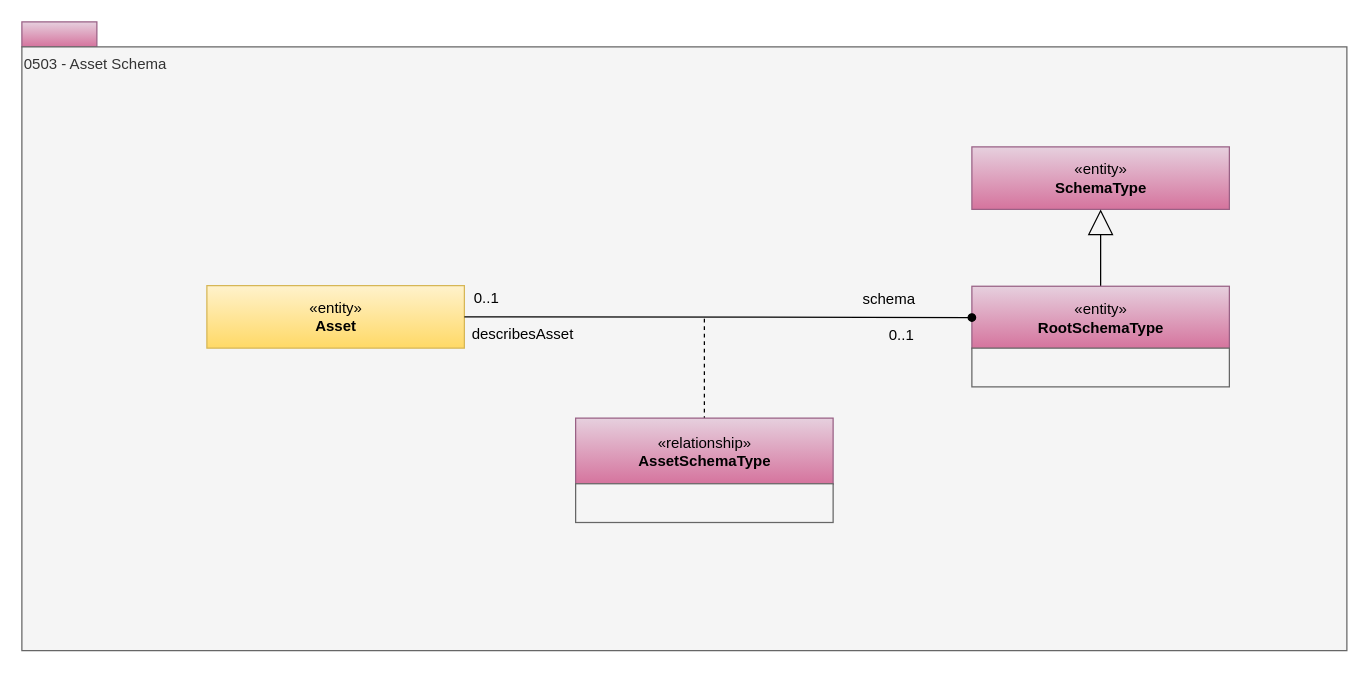
The draw.io diagram page "0503-Asset-Schema" (3 of 32) of site/docs/types/5/area-5-models-and-schema.drawio in odpi/egeria-docs, before the edit. Source tidied: cells renumbered, new cells numbered last; positions are measured from the earlier drawing's top-left corner, leaving out a move shared by most shapes. Both pictures are drawn from the tidied source at 125%, with x=0, y=0 at pixel (21, 21).
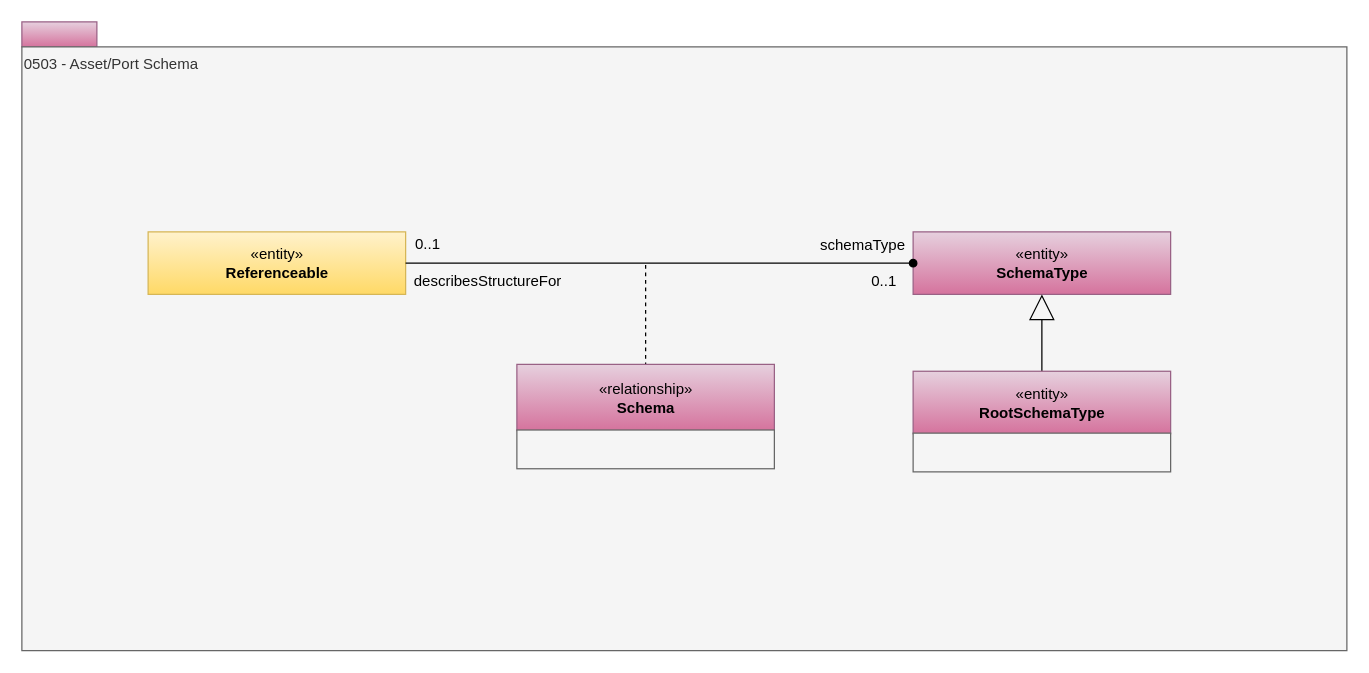
The same diagram, later.

What changed in the source:
```diff
@@
 <mxGraphModel>
   <root>
     <mxCell id="0" />
     <mxCell id="1" parent="0" />
     <mxCell id="2" style="rounded=0;whiteSpace=wrap;html=1;align=left;fillColor=#e6d0de;strokeColor=#996185;gradientColor=#d5739d;" parent="1" vertex="1">
       <mxGeometry width="60" height="20" as="geometry" />
     </mxCell>
-    <mxCell id="3" value="0503 - Asset Schema" style="rounded=0;whiteSpace=wrap;html=1;align=left;verticalAlign=top;fillColor=#f5f5f5;fontColor=#333333;strokeColor=#666666;" parent="1" vertex="1">
+    <mxCell id="3" value="0503 - Asset/Port Schema" style="rounded=0;whiteSpace=wrap;html=1;align=left;verticalAlign=top;fillColor=#f5f5f5;fontColor=#333333;strokeColor=#666666;" parent="1" vertex="1">
       <mxGeometry y="20" width="1060" height="483" as="geometry" />
     </mxCell>
-    <mxCell id="4" value="«entity»&lt;br&gt;&lt;b&gt;Asset&lt;/b&gt;" style="html=1;strokeColor=#d6b656;align=center;fillColor=#fff2cc;gradientColor=#ffd966;" parent="1" vertex="1">
-      <mxGeometry x="148" y="211" width="206" height="50" as="geometry" />
+    <mxCell id="4" value="«entity»&lt;br&gt;&lt;b&gt;Referenceable&lt;/b&gt;" style="html=1;strokeColor=#d6b656;align=center;fillColor=#fff2cc;gradientColor=#ffd966;" parent="1" vertex="1">
+      <mxGeometry x="101" y="168" width="206" height="50" as="geometry" />
     </mxCell>
     <mxCell id="5" value="«entity»&lt;br&gt;&lt;b&gt;SchemaType&lt;/b&gt;" style="html=1;strokeColor=#996185;align=center;fillColor=#e6d0de;gradientColor=#d5739d;" parent="1" vertex="1">
-      <mxGeometry x="760" y="100" width="206" height="50" as="geometry" />
+      <mxGeometry x="713" y="168" width="206" height="50" as="geometry" />
     </mxCell>
     <mxCell id="6" style="endArrow=none;dashed=1;html=1;" parent="1" edge="1" target="11">
       <mxGeometry relative="1" as="geometry">
-        <mxPoint x="546" y="237.5" as="sourcePoint" />
+        <mxPoint x="499" y="194.5" as="sourcePoint" />
       </mxGeometry>
     </mxCell>
     <mxCell id="7" value="0..1" style="text;html=1;strokeColor=none;fillColor=none;align=center;verticalAlign=middle;whiteSpace=wrap;rounded=0;" parent="1" vertex="1">
-      <mxGeometry x="352" y="211" width="40" height="20" as="geometry" />
+      <mxGeometry x="305" y="168" width="40" height="20" as="geometry" />
     </mxCell>
     <mxCell id="8" value="0..1" style="text;html=1;strokeColor=none;fillColor=none;align=center;verticalAlign=middle;whiteSpace=wrap;rounded=0;" parent="1" vertex="1">
-      <mxGeometry x="684" y="241" width="40" height="20" as="geometry" />
+      <mxGeometry x="670" y="198" width="40" height="20" as="geometry" />
     </mxCell>
-    <mxCell id="9" value="schema" style="text;html=1;strokeColor=none;fillColor=none;align=center;verticalAlign=middle;whiteSpace=wrap;rounded=0;" parent="1" vertex="1">
-      <mxGeometry x="665.5" y="211.5" width="56" height="20" as="geometry" />
+    <mxCell id="9" value="schemaType" style="text;html=1;strokeColor=none;fillColor=none;align=center;verticalAlign=middle;whiteSpace=wrap;rounded=0;" parent="1" vertex="1">
+      <mxGeometry x="644.5" y="168.5" width="56" height="20" as="geometry" />
     </mxCell>
-    <mxCell id="10" value="describesAsset" style="text;html=1;strokeColor=none;fillColor=none;align=center;verticalAlign=middle;whiteSpace=wrap;rounded=0;" parent="1" vertex="1">
-      <mxGeometry x="359" y="240" width="84" height="20" as="geometry" />
+    <mxCell id="10" value="describesStructureFor" style="text;html=1;strokeColor=none;fillColor=none;align=center;verticalAlign=middle;whiteSpace=wrap;rounded=0;" parent="1" vertex="1">
+      <mxGeometry x="331" y="198" width="84" height="20" as="geometry" />
     </mxCell>
-    <mxCell id="11" value="«relationship»&lt;br&gt;&lt;b&gt;AssetSchemaType&lt;/b&gt;" style="html=1;strokeColor=#996185;align=center;fillColor=#e6d0de;gradientColor=#d5739d;" parent="1" vertex="1">
-      <mxGeometry x="443" y="317" width="206" height="53" as="geometry" />
+    <mxCell id="11" value="«relationship»&lt;br&gt;&lt;b&gt;Schema&lt;/b&gt;" style="html=1;strokeColor=#996185;align=center;fillColor=#e6d0de;gradientColor=#d5739d;" parent="1" vertex="1">
+      <mxGeometry x="396" y="274" width="206" height="53" as="geometry" />
     </mxCell>
     <mxCell id="12" style="rounded=0;whiteSpace=wrap;html=1;strokeColor=#666666;align=left;fillColor=#f5f5f5;fontColor=#333333;" parent="1" vertex="1">
-      <mxGeometry x="443" y="369.5" width="206" height="31" as="geometry" />
+      <mxGeometry x="396" y="326.5" width="206" height="31" as="geometry" />
     </mxCell>
     <mxCell id="13" style="edgeStyle=orthogonalEdgeStyle;rounded=0;jettySize=auto;html=1;exitX=0.5;exitY=0;exitDx=0;exitDy=0;entryX=0.5;entryY=1;entryDx=0;entryDy=0;endArrow=block;endFill=0;strokeWidth=1;endSize=18;" parent="1" edge="1" source="14" target="5">
       <mxGeometry relative="1" as="geometry" />
     </mxCell>
     <mxCell id="14" value="«entity»&lt;br&gt;&lt;b&gt;RootSchemaType&lt;/b&gt;" style="html=1;strokeColor=#996185;align=center;fillColor=#e6d0de;gradientColor=#d5739d;" parent="1" vertex="1">
-      <mxGeometry x="760" y="211.5" width="206" height="50" as="geometry" />
+      <mxGeometry x="713" y="279.5" width="206" height="50" as="geometry" />
     </mxCell>
-    <mxCell id="15" style="endArrow=oval;html=1;entryX=0;entryY=0.5;exitX=1;exitY=0.5;endFill=1;entryDx=0;entryDy=0;" parent="1" edge="1" source="4" target="14">
+    <mxCell id="15" style="endArrow=oval;html=1;entryX=0;entryY=0.5;exitX=1;exitY=0.5;endFill=1;entryDx=0;entryDy=0;" parent="1" edge="1" source="4" target="5">
       <mxGeometry relative="1" as="geometry" />
     </mxCell>
     <mxCell id="16" style="rounded=0;whiteSpace=wrap;html=1;strokeColor=#666666;align=left;fillColor=#f5f5f5;fontColor=#333333;" parent="1" vertex="1">
-      <mxGeometry x="760" y="261" width="206" height="31" as="geometry" />
+      <mxGeometry x="713" y="329" width="206" height="31" as="geometry" />
     </mxCell>
   </root>
 </mxGraphModel>
```
